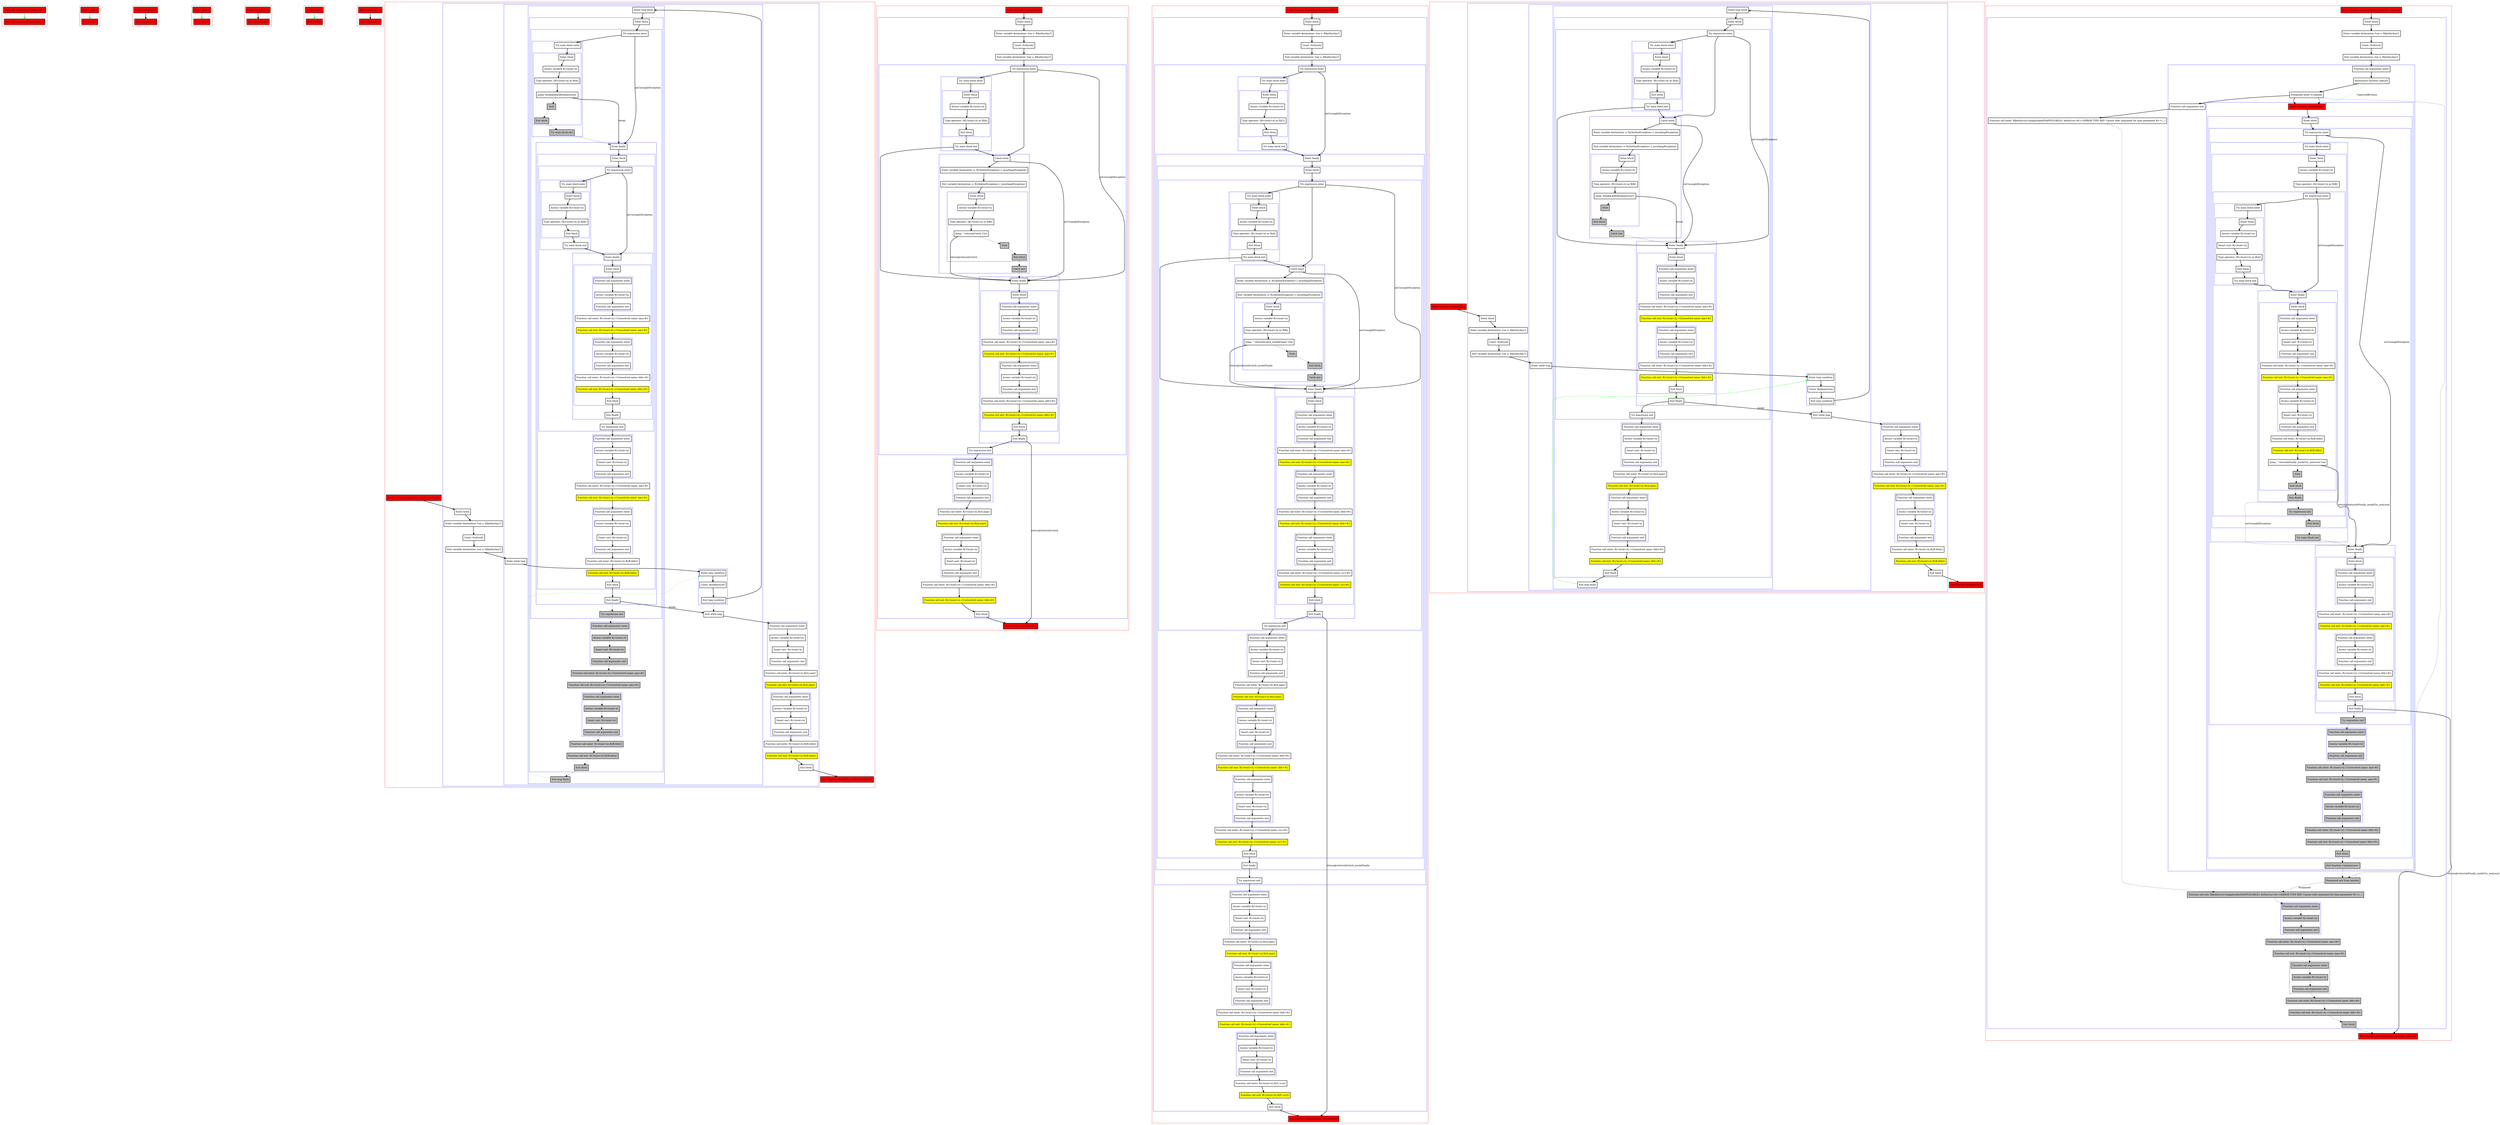
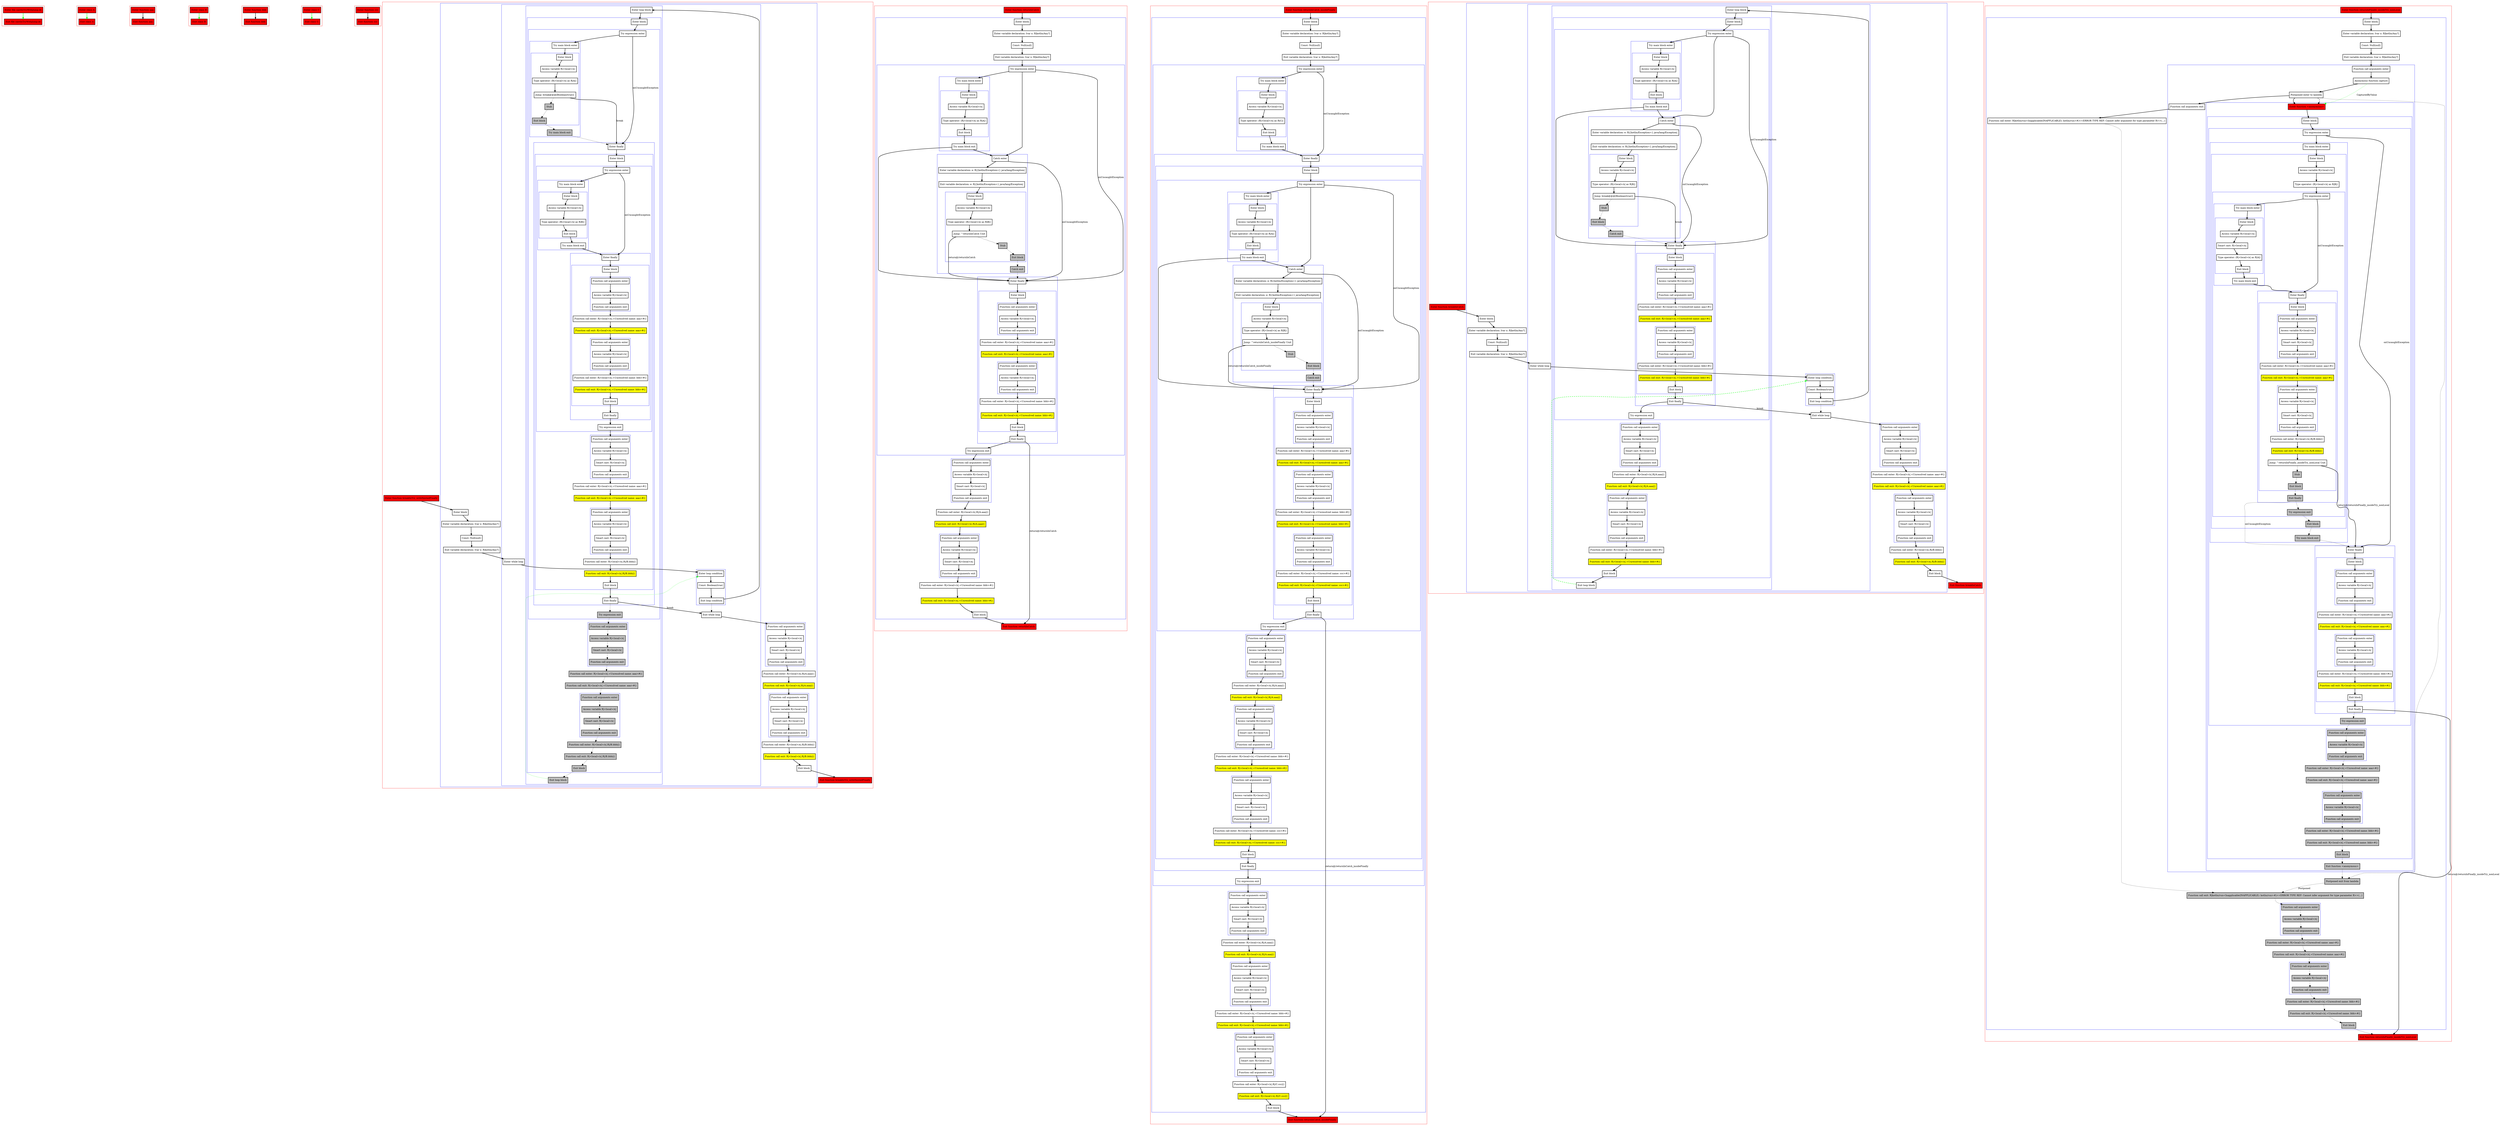
- digraph castInTryWithJump_fir_kt {
+ digraph castInTryWithJump_kt {
    graph [nodesep=3]
    node [shape=box penwidth=2]
    edge [penwidth=2]

    subgraph cluster_0 {
        color=red
-         0 [label="Enter file castInTryWithJump.fir.kt" style="filled" fillcolor=red];
-         1 [label="Exit file castInTryWithJump.fir.kt" style="filled" fillcolor=red];
+         0 [label="Enter file castInTryWithJump.kt" style="filled" fillcolor=red];
+         1 [label="Exit file castInTryWithJump.kt" style="filled" fillcolor=red];
    }
    0 -> {1} [color=green];

    subgraph cluster_1 {
        color=red
        2 [label="Enter class A" style="filled" fillcolor=red];
        3 [label="Exit class A" style="filled" fillcolor=red];
    }
    2 -> {3} [color=green];

    subgraph cluster_2 {
        color=red
        4 [label="Enter function aaa" style="filled" fillcolor=red];
        5 [label="Exit function aaa" style="filled" fillcolor=red];
    }
    4 -> {5};

    subgraph cluster_3 {
        color=red
        6 [label="Enter class B" style="filled" fillcolor=red];
        7 [label="Exit class B" style="filled" fillcolor=red];
    }
    6 -> {7} [color=green];

    subgraph cluster_4 {
        color=red
        8 [label="Enter function bbb" style="filled" fillcolor=red];
        9 [label="Exit function bbb" style="filled" fillcolor=red];
    }
    8 -> {9};

    subgraph cluster_5 {
        color=red
        10 [label="Enter class C" style="filled" fillcolor=red];
        11 [label="Exit class C" style="filled" fillcolor=red];
    }
    10 -> {11} [color=green];

    subgraph cluster_6 {
        color=red
        12 [label="Enter function ccc" style="filled" fillcolor=red];
        13 [label="Exit function ccc" style="filled" fillcolor=red];
    }
    12 -> {13};

    subgraph cluster_7 {
        color=red
        14 [label="Enter function breakInTry_withNestedFinally" style="filled" fillcolor=red];
        subgraph cluster_8 {
            color=blue
            15 [label="Enter block"];
            16 [label="Enter variable declaration: lvar x: R|kotlin/Any?|"];
            17 [label="Const: Null(null)"];
            18 [label="Exit variable declaration: lvar x: R|kotlin/Any?|"];
            subgraph cluster_9 {
                color=blue
                19 [label="Enter while loop"];
                subgraph cluster_10 {
                    color=blue
                    20 [label="Enter loop condition"];
                    21 [label="Const: Boolean(true)"];
                    22 [label="Exit loop condition"];
                }
                subgraph cluster_11 {
                    color=blue
                    23 [label="Enter loop block"];
                    subgraph cluster_12 {
                        color=blue
                        24 [label="Enter block"];
                        subgraph cluster_13 {
                            color=blue
                            25 [label="Try expression enter"];
                            subgraph cluster_14 {
                                color=blue
                                26 [label="Try main block enter"];
                                subgraph cluster_15 {
                                    color=blue
                                    27 [label="Enter block"];
                                    28 [label="Access variable R|<local>/x|"];
                                    29 [label="Type operator: (R|<local>/x| as R|A|)"];
                                    30 [label="Jump: break@@@[Boolean(true)] "];
                                    31 [label="Stub" style="filled" fillcolor=gray];
                                    32 [label="Exit block" style="filled" fillcolor=gray];
                                }
                                33 [label="Try main block exit" style="filled" fillcolor=gray];
                            }
                            subgraph cluster_16 {
                                color=blue
                                34 [label="Enter finally"];
                                subgraph cluster_17 {
                                    color=blue
                                    35 [label="Enter block"];
                                    subgraph cluster_18 {
                                        color=blue
                                        36 [label="Try expression enter"];
                                        subgraph cluster_19 {
                                            color=blue
                                            37 [label="Try main block enter"];
                                            subgraph cluster_20 {
                                                color=blue
                                                38 [label="Enter block"];
                                                39 [label="Access variable R|<local>/x|"];
                                                40 [label="Type operator: (R|<local>/x| as R|B|)"];
                                                41 [label="Exit block"];
                                            }
                                            42 [label="Try main block exit"];
                                        }
                                        subgraph cluster_21 {
                                            color=blue
                                            43 [label="Enter finally"];
                                            subgraph cluster_22 {
                                                color=blue
                                                44 [label="Enter block"];
                                                subgraph cluster_23 {
                                                    color=blue
                                                    45 [label="Function call arguments enter"];
                                                    46 [label="Access variable R|<local>/x|"];
                                                    47 [label="Function call arguments exit"];
                                                }
                                                48 [label="Function call enter: R|<local>/x|.<Unresolved name: aaa>#()"];
                                                49 [label="Function call exit: R|<local>/x|.<Unresolved name: aaa>#()" style="filled" fillcolor=yellow];
                                                subgraph cluster_24 {
                                                    color=blue
                                                    50 [label="Function call arguments enter"];
                                                    51 [label="Access variable R|<local>/x|"];
                                                    52 [label="Function call arguments exit"];
                                                }
                                                53 [label="Function call enter: R|<local>/x|.<Unresolved name: bbb>#()"];
                                                54 [label="Function call exit: R|<local>/x|.<Unresolved name: bbb>#()" style="filled" fillcolor=yellow];
                                                55 [label="Exit block"];
                                            }
                                            56 [label="Exit finally"];
                                        }
                                        57 [label="Try expression exit"];
                                    }
                                    subgraph cluster_25 {
                                        color=blue
                                        58 [label="Function call arguments enter"];
                                        59 [label="Access variable R|<local>/x|"];
                                        60 [label="Smart cast: R|<local>/x|"];
                                        61 [label="Function call arguments exit"];
                                    }
                                    62 [label="Function call enter: R|<local>/x|.<Unresolved name: aaa>#()"];
                                    63 [label="Function call exit: R|<local>/x|.<Unresolved name: aaa>#()" style="filled" fillcolor=yellow];
                                    subgraph cluster_26 {
                                        color=blue
                                        64 [label="Function call arguments enter"];
                                        65 [label="Access variable R|<local>/x|"];
                                        66 [label="Smart cast: R|<local>/x|"];
                                        67 [label="Function call arguments exit"];
                                    }
                                    68 [label="Function call enter: R|<local>/x|.R|/B.bbb|()"];
                                    69 [label="Function call exit: R|<local>/x|.R|/B.bbb|()" style="filled" fillcolor=yellow];
                                    70 [label="Exit block"];
                                }
                                71 [label="Exit finally"];
                            }
                            72 [label="Try expression exit" style="filled" fillcolor=gray];
                        }
                        subgraph cluster_27 {
                            color=blue
                            73 [label="Function call arguments enter" style="filled" fillcolor=gray];
                            74 [label="Access variable R|<local>/x|" style="filled" fillcolor=gray];
                            75 [label="Smart cast: R|<local>/x|" style="filled" fillcolor=gray];
                            76 [label="Function call arguments exit" style="filled" fillcolor=gray];
                        }
                        77 [label="Function call enter: R|<local>/x|.<Unresolved name: aaa>#()" style="filled" fillcolor=gray];
                        78 [label="Function call exit: R|<local>/x|.<Unresolved name: aaa>#()" style="filled" fillcolor=gray];
                        subgraph cluster_28 {
                            color=blue
                            79 [label="Function call arguments enter" style="filled" fillcolor=gray];
                            80 [label="Access variable R|<local>/x|" style="filled" fillcolor=gray];
                            81 [label="Smart cast: R|<local>/x|" style="filled" fillcolor=gray];
                            82 [label="Function call arguments exit" style="filled" fillcolor=gray];
                        }
                        83 [label="Function call enter: R|<local>/x|.R|/B.bbb|()" style="filled" fillcolor=gray];
                        84 [label="Function call exit: R|<local>/x|.R|/B.bbb|()" style="filled" fillcolor=gray];
                        85 [label="Exit block" style="filled" fillcolor=gray];
                    }
                    86 [label="Exit loop block" style="filled" fillcolor=gray];
                }
                87 [label="Exit while loop"];
            }
            subgraph cluster_29 {
                color=blue
                88 [label="Function call arguments enter"];
                89 [label="Access variable R|<local>/x|"];
                90 [label="Smart cast: R|<local>/x|"];
                91 [label="Function call arguments exit"];
            }
            92 [label="Function call enter: R|<local>/x|.R|/A.aaa|()"];
            93 [label="Function call exit: R|<local>/x|.R|/A.aaa|()" style="filled" fillcolor=yellow];
            subgraph cluster_30 {
                color=blue
                94 [label="Function call arguments enter"];
                95 [label="Access variable R|<local>/x|"];
                96 [label="Smart cast: R|<local>/x|"];
                97 [label="Function call arguments exit"];
            }
            98 [label="Function call enter: R|<local>/x|.R|/B.bbb|()"];
            99 [label="Function call exit: R|<local>/x|.R|/B.bbb|()" style="filled" fillcolor=yellow];
            100 [label="Exit block"];
        }
        101 [label="Exit function breakInTry_withNestedFinally" style="filled" fillcolor=red];
    }
    14 -> {15};
    15 -> {16};
    16 -> {17};
    17 -> {18};
    18 -> {19};
    19 -> {20};
    20 -> {21};
    21 -> {22};
    22 -> {23};
    22 -> {87} [style=dotted];
    23 -> {24};
    24 -> {25};
    25 -> {26};
    25 -> {34} [label="onUncaughtException"];
    26 -> {27};
    27 -> {28};
    28 -> {29};
    29 -> {30};
    30 -> {34} [label="break"];
    30 -> {31} [style=dotted];
    31 -> {32} [style=dotted];
    32 -> {33} [style=dotted];
    33 -> {34} [style=dotted];
    34 -> {35};
    35 -> {36};
    36 -> {37};
    36 -> {43} [label="onUncaughtException"];
    37 -> {38};
    38 -> {39};
    39 -> {40};
    40 -> {41};
    41 -> {42};
    42 -> {43};
    43 -> {44};
    44 -> {45};
    45 -> {46};
    46 -> {47};
    47 -> {48};
    48 -> {49};
    49 -> {50};
    50 -> {51};
    51 -> {52};
    52 -> {53};
    53 -> {54};
    54 -> {55};
    55 -> {56};
    56 -> {57};
    57 -> {58};
    58 -> {59};
    59 -> {60};
    60 -> {61};
    61 -> {62};
    62 -> {63};
    63 -> {64};
    64 -> {65};
    65 -> {66};
    66 -> {67};
    67 -> {68};
    68 -> {69};
    69 -> {70};
    70 -> {71};
    71 -> {87} [label="break"];
    71 -> {72} [style=dotted];
    72 -> {73} [style=dotted];
    73 -> {74} [style=dotted];
    74 -> {75} [style=dotted];
    75 -> {76} [style=dotted];
    76 -> {77} [style=dotted];
    77 -> {78} [style=dotted];
    78 -> {79} [style=dotted];
    79 -> {80} [style=dotted];
    80 -> {81} [style=dotted];
    81 -> {82} [style=dotted];
    82 -> {83} [style=dotted];
    83 -> {84} [style=dotted];
    84 -> {85} [style=dotted];
    85 -> {86} [style=dotted];
    86 -> {20} [color=green style=dotted];
    87 -> {88};
    88 -> {89};
    89 -> {90};
    90 -> {91};
    91 -> {92};
    92 -> {93};
    93 -> {94};
    94 -> {95};
    95 -> {96};
    96 -> {97};
    97 -> {98};
    98 -> {99};
    99 -> {100};
    100 -> {101};

    subgraph cluster_31 {
        color=red
        102 [label="Enter function returnInCatch" style="filled" fillcolor=red];
        subgraph cluster_32 {
            color=blue
            103 [label="Enter block"];
            104 [label="Enter variable declaration: lvar x: R|kotlin/Any?|"];
            105 [label="Const: Null(null)"];
            106 [label="Exit variable declaration: lvar x: R|kotlin/Any?|"];
            subgraph cluster_33 {
                color=blue
                107 [label="Try expression enter"];
                subgraph cluster_34 {
                    color=blue
                    108 [label="Try main block enter"];
                    subgraph cluster_35 {
                        color=blue
                        109 [label="Enter block"];
                        110 [label="Access variable R|<local>/x|"];
                        111 [label="Type operator: (R|<local>/x| as R|A|)"];
                        112 [label="Exit block"];
                    }
                    113 [label="Try main block exit"];
                }
                subgraph cluster_36 {
                    color=blue
                    114 [label="Catch enter"];
                    115 [label="Enter variable declaration: e: R|{kotlin/Exception=} java/lang/Exception|"];
                    116 [label="Exit variable declaration: e: R|{kotlin/Exception=} java/lang/Exception|"];
                    subgraph cluster_37 {
                        color=blue
                        117 [label="Enter block"];
                        118 [label="Access variable R|<local>/x|"];
                        119 [label="Type operator: (R|<local>/x| as R|B|)"];
                        120 [label="Jump: ^returnInCatch Unit"];
                        121 [label="Stub" style="filled" fillcolor=gray];
                        122 [label="Exit block" style="filled" fillcolor=gray];
                    }
                    123 [label="Catch exit" style="filled" fillcolor=gray];
                }
                subgraph cluster_38 {
                    color=blue
                    124 [label="Enter finally"];
                    subgraph cluster_39 {
                        color=blue
                        125 [label="Enter block"];
                        subgraph cluster_40 {
                            color=blue
                            126 [label="Function call arguments enter"];
                            127 [label="Access variable R|<local>/x|"];
                            128 [label="Function call arguments exit"];
                        }
                        129 [label="Function call enter: R|<local>/x|.<Unresolved name: aaa>#()"];
                        130 [label="Function call exit: R|<local>/x|.<Unresolved name: aaa>#()" style="filled" fillcolor=yellow];
                        subgraph cluster_41 {
                            color=blue
                            131 [label="Function call arguments enter"];
                            132 [label="Access variable R|<local>/x|"];
                            133 [label="Function call arguments exit"];
                        }
                        134 [label="Function call enter: R|<local>/x|.<Unresolved name: bbb>#()"];
                        135 [label="Function call exit: R|<local>/x|.<Unresolved name: bbb>#()" style="filled" fillcolor=yellow];
                        136 [label="Exit block"];
                    }
                    137 [label="Exit finally"];
                }
                138 [label="Try expression exit"];
            }
            subgraph cluster_42 {
                color=blue
                139 [label="Function call arguments enter"];
                140 [label="Access variable R|<local>/x|"];
                141 [label="Smart cast: R|<local>/x|"];
                142 [label="Function call arguments exit"];
            }
            143 [label="Function call enter: R|<local>/x|.R|/A.aaa|()"];
            144 [label="Function call exit: R|<local>/x|.R|/A.aaa|()" style="filled" fillcolor=yellow];
            subgraph cluster_43 {
                color=blue
                145 [label="Function call arguments enter"];
                146 [label="Access variable R|<local>/x|"];
                147 [label="Smart cast: R|<local>/x|"];
                148 [label="Function call arguments exit"];
            }
            149 [label="Function call enter: R|<local>/x|.<Unresolved name: bbb>#()"];
            150 [label="Function call exit: R|<local>/x|.<Unresolved name: bbb>#()" style="filled" fillcolor=yellow];
            151 [label="Exit block"];
        }
        152 [label="Exit function returnInCatch" style="filled" fillcolor=red];
    }
    102 -> {103};
    103 -> {104};
    104 -> {105};
    105 -> {106};
    106 -> {107};
    107 -> {108 114};
    107 -> {124} [label="onUncaughtException"];
    108 -> {109};
    109 -> {110};
    110 -> {111};
    111 -> {112};
    112 -> {113};
    113 -> {114 124};
    114 -> {115};
    114 -> {124} [label="onUncaughtException"];
    115 -> {116};
    116 -> {117};
    117 -> {118};
    118 -> {119};
    119 -> {120};
    120 -> {124} [label="return@/returnInCatch"];
    120 -> {121} [style=dotted];
    121 -> {122} [style=dotted];
    122 -> {123} [style=dotted];
    123 -> {124} [style=dotted];
    124 -> {125};
    125 -> {126};
    126 -> {127};
    127 -> {128};
    128 -> {129};
    129 -> {130};
    130 -> {131};
    131 -> {132};
    132 -> {133};
    133 -> {134};
    134 -> {135};
    135 -> {136};
    136 -> {137};
    137 -> {138};
    137 -> {152} [label="return@/returnInCatch"];
    138 -> {139};
    139 -> {140};
    140 -> {141};
    141 -> {142};
    142 -> {143};
    143 -> {144};
    144 -> {145};
    145 -> {146};
    146 -> {147};
    147 -> {148};
    148 -> {149};
    149 -> {150};
    150 -> {151};
    151 -> {152};

    subgraph cluster_44 {
        color=red
        153 [label="Enter function returnInCatch_insideFinally" style="filled" fillcolor=red];
        subgraph cluster_45 {
            color=blue
            154 [label="Enter block"];
            155 [label="Enter variable declaration: lvar x: R|kotlin/Any?|"];
            156 [label="Const: Null(null)"];
            157 [label="Exit variable declaration: lvar x: R|kotlin/Any?|"];
            subgraph cluster_46 {
                color=blue
                158 [label="Try expression enter"];
                subgraph cluster_47 {
                    color=blue
                    159 [label="Try main block enter"];
                    subgraph cluster_48 {
                        color=blue
                        160 [label="Enter block"];
                        161 [label="Access variable R|<local>/x|"];
                        162 [label="Type operator: (R|<local>/x| as R|C|)"];
                        163 [label="Exit block"];
                    }
                    164 [label="Try main block exit"];
                }
                subgraph cluster_49 {
                    color=blue
                    165 [label="Enter finally"];
                    subgraph cluster_50 {
                        color=blue
                        166 [label="Enter block"];
                        subgraph cluster_51 {
                            color=blue
                            167 [label="Try expression enter"];
                            subgraph cluster_52 {
                                color=blue
                                168 [label="Try main block enter"];
                                subgraph cluster_53 {
                                    color=blue
                                    169 [label="Enter block"];
                                    170 [label="Access variable R|<local>/x|"];
                                    171 [label="Type operator: (R|<local>/x| as R|A|)"];
                                    172 [label="Exit block"];
                                }
                                173 [label="Try main block exit"];
                            }
                            subgraph cluster_54 {
                                color=blue
                                174 [label="Catch enter"];
                                175 [label="Enter variable declaration: e: R|{kotlin/Exception=} java/lang/Exception|"];
                                176 [label="Exit variable declaration: e: R|{kotlin/Exception=} java/lang/Exception|"];
                                subgraph cluster_55 {
                                    color=blue
                                    177 [label="Enter block"];
                                    178 [label="Access variable R|<local>/x|"];
                                    179 [label="Type operator: (R|<local>/x| as R|B|)"];
                                    180 [label="Jump: ^returnInCatch_insideFinally Unit"];
                                    181 [label="Stub" style="filled" fillcolor=gray];
                                    182 [label="Exit block" style="filled" fillcolor=gray];
                                }
                                183 [label="Catch exit" style="filled" fillcolor=gray];
                            }
                            subgraph cluster_56 {
                                color=blue
                                184 [label="Enter finally"];
                                subgraph cluster_57 {
                                    color=blue
                                    185 [label="Enter block"];
                                    subgraph cluster_58 {
                                        color=blue
                                        186 [label="Function call arguments enter"];
                                        187 [label="Access variable R|<local>/x|"];
                                        188 [label="Function call arguments exit"];
                                    }
                                    189 [label="Function call enter: R|<local>/x|.<Unresolved name: aaa>#()"];
                                    190 [label="Function call exit: R|<local>/x|.<Unresolved name: aaa>#()" style="filled" fillcolor=yellow];
                                    subgraph cluster_59 {
                                        color=blue
                                        191 [label="Function call arguments enter"];
                                        192 [label="Access variable R|<local>/x|"];
                                        193 [label="Function call arguments exit"];
                                    }
                                    194 [label="Function call enter: R|<local>/x|.<Unresolved name: bbb>#()"];
                                    195 [label="Function call exit: R|<local>/x|.<Unresolved name: bbb>#()" style="filled" fillcolor=yellow];
                                    subgraph cluster_60 {
                                        color=blue
                                        196 [label="Function call arguments enter"];
                                        197 [label="Access variable R|<local>/x|"];
                                        198 [label="Function call arguments exit"];
                                    }
                                    199 [label="Function call enter: R|<local>/x|.<Unresolved name: ccc>#()"];
                                    200 [label="Function call exit: R|<local>/x|.<Unresolved name: ccc>#()" style="filled" fillcolor=yellow];
                                    201 [label="Exit block"];
                                }
                                202 [label="Exit finally"];
                            }
                            203 [label="Try expression exit"];
                        }
                        subgraph cluster_61 {
                            color=blue
                            204 [label="Function call arguments enter"];
                            205 [label="Access variable R|<local>/x|"];
                            206 [label="Smart cast: R|<local>/x|"];
                            207 [label="Function call arguments exit"];
                        }
                        208 [label="Function call enter: R|<local>/x|.R|/A.aaa|()"];
                        209 [label="Function call exit: R|<local>/x|.R|/A.aaa|()" style="filled" fillcolor=yellow];
                        subgraph cluster_62 {
                            color=blue
                            210 [label="Function call arguments enter"];
                            211 [label="Access variable R|<local>/x|"];
                            212 [label="Smart cast: R|<local>/x|"];
                            213 [label="Function call arguments exit"];
                        }
                        214 [label="Function call enter: R|<local>/x|.<Unresolved name: bbb>#()"];
                        215 [label="Function call exit: R|<local>/x|.<Unresolved name: bbb>#()" style="filled" fillcolor=yellow];
                        subgraph cluster_63 {
                            color=blue
                            216 [label="Function call arguments enter"];
                            217 [label="Access variable R|<local>/x|"];
                            218 [label="Smart cast: R|<local>/x|"];
                            219 [label="Function call arguments exit"];
                        }
                        220 [label="Function call enter: R|<local>/x|.<Unresolved name: ccc>#()"];
                        221 [label="Function call exit: R|<local>/x|.<Unresolved name: ccc>#()" style="filled" fillcolor=yellow];
                        222 [label="Exit block"];
                    }
                    223 [label="Exit finally"];
                }
                224 [label="Try expression exit"];
            }
            subgraph cluster_64 {
                color=blue
                225 [label="Function call arguments enter"];
                226 [label="Access variable R|<local>/x|"];
                227 [label="Smart cast: R|<local>/x|"];
                228 [label="Function call arguments exit"];
            }
            229 [label="Function call enter: R|<local>/x|.R|/A.aaa|()"];
            230 [label="Function call exit: R|<local>/x|.R|/A.aaa|()" style="filled" fillcolor=yellow];
            subgraph cluster_65 {
                color=blue
                231 [label="Function call arguments enter"];
                232 [label="Access variable R|<local>/x|"];
                233 [label="Smart cast: R|<local>/x|"];
                234 [label="Function call arguments exit"];
            }
            235 [label="Function call enter: R|<local>/x|.<Unresolved name: bbb>#()"];
            236 [label="Function call exit: R|<local>/x|.<Unresolved name: bbb>#()" style="filled" fillcolor=yellow];
            subgraph cluster_66 {
                color=blue
                237 [label="Function call arguments enter"];
                238 [label="Access variable R|<local>/x|"];
                239 [label="Smart cast: R|<local>/x|"];
                240 [label="Function call arguments exit"];
            }
            241 [label="Function call enter: R|<local>/x|.R|/C.ccc|()"];
            242 [label="Function call exit: R|<local>/x|.R|/C.ccc|()" style="filled" fillcolor=yellow];
            243 [label="Exit block"];
        }
        244 [label="Exit function returnInCatch_insideFinally" style="filled" fillcolor=red];
    }
    153 -> {154};
    154 -> {155};
    155 -> {156};
    156 -> {157};
    157 -> {158};
    158 -> {159};
    158 -> {165} [label="onUncaughtException"];
    159 -> {160};
    160 -> {161};
    161 -> {162};
    162 -> {163};
    163 -> {164};
    164 -> {165};
    165 -> {166};
    166 -> {167};
    167 -> {168 174};
    167 -> {184} [label="onUncaughtException"];
    168 -> {169};
    169 -> {170};
    170 -> {171};
    171 -> {172};
    172 -> {173};
    173 -> {174 184};
    174 -> {175};
    174 -> {184} [label="onUncaughtException"];
    175 -> {176};
    176 -> {177};
    177 -> {178};
    178 -> {179};
    179 -> {180};
    180 -> {184} [label="return@/returnInCatch_insideFinally"];
    180 -> {181} [style=dotted];
    181 -> {182} [style=dotted];
    182 -> {183} [style=dotted];
    183 -> {184} [style=dotted];
    184 -> {185};
    185 -> {186};
    186 -> {187};
    187 -> {188};
    188 -> {189};
    189 -> {190};
    190 -> {191};
    191 -> {192};
    192 -> {193};
    193 -> {194};
    194 -> {195};
    195 -> {196};
    196 -> {197};
    197 -> {198};
    198 -> {199};
    199 -> {200};
    200 -> {201};
    201 -> {202};
    202 -> {203};
    202 -> {244} [label="return@/returnInCatch_insideFinally"];
    203 -> {204};
    204 -> {205};
    205 -> {206};
    206 -> {207};
    207 -> {208};
    208 -> {209};
    209 -> {210};
    210 -> {211};
    211 -> {212};
    212 -> {213};
    213 -> {214};
    214 -> {215};
    215 -> {216};
    216 -> {217};
    217 -> {218};
    218 -> {219};
    219 -> {220};
    220 -> {221};
    221 -> {222};
    222 -> {223};
    223 -> {224};
    224 -> {225};
    225 -> {226};
    226 -> {227};
    227 -> {228};
    228 -> {229};
    229 -> {230};
    230 -> {231};
    231 -> {232};
    232 -> {233};
    233 -> {234};
    234 -> {235};
    235 -> {236};
    236 -> {237};
    237 -> {238};
    238 -> {239};
    239 -> {240};
    240 -> {241};
    241 -> {242};
    242 -> {243};
    243 -> {244};

    subgraph cluster_67 {
        color=red
        245 [label="Enter function breakInCatch" style="filled" fillcolor=red];
        subgraph cluster_68 {
            color=blue
            246 [label="Enter block"];
            247 [label="Enter variable declaration: lvar x: R|kotlin/Any?|"];
            248 [label="Const: Null(null)"];
            249 [label="Exit variable declaration: lvar x: R|kotlin/Any?|"];
            subgraph cluster_69 {
                color=blue
                250 [label="Enter while loop"];
                subgraph cluster_70 {
                    color=blue
                    251 [label="Enter loop condition"];
                    252 [label="Const: Boolean(true)"];
                    253 [label="Exit loop condition"];
                }
                subgraph cluster_71 {
                    color=blue
                    254 [label="Enter loop block"];
                    subgraph cluster_72 {
                        color=blue
                        255 [label="Enter block"];
                        subgraph cluster_73 {
                            color=blue
                            256 [label="Try expression enter"];
                            subgraph cluster_74 {
                                color=blue
                                257 [label="Try main block enter"];
                                subgraph cluster_75 {
                                    color=blue
                                    258 [label="Enter block"];
                                    259 [label="Access variable R|<local>/x|"];
                                    260 [label="Type operator: (R|<local>/x| as R|A|)"];
                                    261 [label="Exit block"];
                                }
                                262 [label="Try main block exit"];
                            }
                            subgraph cluster_76 {
                                color=blue
                                263 [label="Catch enter"];
                                264 [label="Enter variable declaration: e: R|{kotlin/Exception=} java/lang/Exception|"];
                                265 [label="Exit variable declaration: e: R|{kotlin/Exception=} java/lang/Exception|"];
                                subgraph cluster_77 {
                                    color=blue
                                    266 [label="Enter block"];
                                    267 [label="Access variable R|<local>/x|"];
                                    268 [label="Type operator: (R|<local>/x| as R|B|)"];
                                    269 [label="Jump: break@@@[Boolean(true)] "];
                                    270 [label="Stub" style="filled" fillcolor=gray];
                                    271 [label="Exit block" style="filled" fillcolor=gray];
                                }
                                272 [label="Catch exit" style="filled" fillcolor=gray];
                            }
                            subgraph cluster_78 {
                                color=blue
                                273 [label="Enter finally"];
                                subgraph cluster_79 {
                                    color=blue
                                    274 [label="Enter block"];
                                    subgraph cluster_80 {
                                        color=blue
                                        275 [label="Function call arguments enter"];
                                        276 [label="Access variable R|<local>/x|"];
                                        277 [label="Function call arguments exit"];
                                    }
                                    278 [label="Function call enter: R|<local>/x|.<Unresolved name: aaa>#()"];
                                    279 [label="Function call exit: R|<local>/x|.<Unresolved name: aaa>#()" style="filled" fillcolor=yellow];
                                    subgraph cluster_81 {
                                        color=blue
                                        280 [label="Function call arguments enter"];
                                        281 [label="Access variable R|<local>/x|"];
                                        282 [label="Function call arguments exit"];
                                    }
                                    283 [label="Function call enter: R|<local>/x|.<Unresolved name: bbb>#()"];
                                    284 [label="Function call exit: R|<local>/x|.<Unresolved name: bbb>#()" style="filled" fillcolor=yellow];
                                    285 [label="Exit block"];
                                }
                                286 [label="Exit finally"];
                            }
                            287 [label="Try expression exit"];
                        }
                        subgraph cluster_82 {
                            color=blue
                            288 [label="Function call arguments enter"];
                            289 [label="Access variable R|<local>/x|"];
                            290 [label="Smart cast: R|<local>/x|"];
                            291 [label="Function call arguments exit"];
                        }
                        292 [label="Function call enter: R|<local>/x|.R|/A.aaa|()"];
                        293 [label="Function call exit: R|<local>/x|.R|/A.aaa|()" style="filled" fillcolor=yellow];
                        subgraph cluster_83 {
                            color=blue
                            294 [label="Function call arguments enter"];
                            295 [label="Access variable R|<local>/x|"];
                            296 [label="Smart cast: R|<local>/x|"];
                            297 [label="Function call arguments exit"];
                        }
                        298 [label="Function call enter: R|<local>/x|.<Unresolved name: bbb>#()"];
                        299 [label="Function call exit: R|<local>/x|.<Unresolved name: bbb>#()" style="filled" fillcolor=yellow];
                        300 [label="Exit block"];
                    }
                    301 [label="Exit loop block"];
                }
                302 [label="Exit while loop"];
            }
            subgraph cluster_84 {
                color=blue
                303 [label="Function call arguments enter"];
                304 [label="Access variable R|<local>/x|"];
                305 [label="Smart cast: R|<local>/x|"];
                306 [label="Function call arguments exit"];
            }
            307 [label="Function call enter: R|<local>/x|.<Unresolved name: aaa>#()"];
            308 [label="Function call exit: R|<local>/x|.<Unresolved name: aaa>#()" style="filled" fillcolor=yellow];
            subgraph cluster_85 {
                color=blue
                309 [label="Function call arguments enter"];
                310 [label="Access variable R|<local>/x|"];
                311 [label="Smart cast: R|<local>/x|"];
                312 [label="Function call arguments exit"];
            }
            313 [label="Function call enter: R|<local>/x|.R|/B.bbb|()"];
            314 [label="Function call exit: R|<local>/x|.R|/B.bbb|()" style="filled" fillcolor=yellow];
            315 [label="Exit block"];
        }
        316 [label="Exit function breakInCatch" style="filled" fillcolor=red];
    }
    245 -> {246};
    246 -> {247};
    247 -> {248};
    248 -> {249};
    249 -> {250};
    250 -> {251};
    251 -> {252};
    252 -> {253};
    253 -> {254};
    253 -> {302} [style=dotted];
    254 -> {255};
    255 -> {256};
    256 -> {257 263};
    256 -> {273} [label="onUncaughtException"];
    257 -> {258};
    258 -> {259};
    259 -> {260};
    260 -> {261};
    261 -> {262};
    262 -> {263 273};
    263 -> {264};
    263 -> {273} [label="onUncaughtException"];
    264 -> {265};
    265 -> {266};
    266 -> {267};
    267 -> {268};
    268 -> {269};
    269 -> {273} [label="break"];
    269 -> {270} [style=dotted];
    270 -> {271} [style=dotted];
    271 -> {272} [style=dotted];
    272 -> {273} [style=dotted];
    273 -> {274};
    274 -> {275};
    275 -> {276};
    276 -> {277};
    277 -> {278};
    278 -> {279};
    279 -> {280};
    280 -> {281};
    281 -> {282};
    282 -> {283};
    283 -> {284};
    284 -> {285};
    285 -> {286};
    286 -> {287};
    286 -> {302} [label="break"];
    287 -> {288};
    288 -> {289};
    289 -> {290};
    290 -> {291};
    291 -> {292};
    292 -> {293};
    293 -> {294};
    294 -> {295};
    295 -> {296};
    296 -> {297};
    297 -> {298};
    298 -> {299};
    299 -> {300};
    300 -> {301};
    301 -> {251} [color=green style=dashed];
    302 -> {303};
    303 -> {304};
    304 -> {305};
    305 -> {306};
    306 -> {307};
    307 -> {308};
    308 -> {309};
    309 -> {310};
    310 -> {311};
    311 -> {312};
    312 -> {313};
    313 -> {314};
    314 -> {315};
    315 -> {316};

    subgraph cluster_86 {
        color=red
        317 [label="Enter function returnInFinally_insideTry_nonLocal" style="filled" fillcolor=red];
        subgraph cluster_87 {
            color=blue
            318 [label="Enter block"];
            319 [label="Enter variable declaration: lvar x: R|kotlin/Any?|"];
            320 [label="Const: Null(null)"];
            321 [label="Exit variable declaration: lvar x: R|kotlin/Any?|"];
            subgraph cluster_88 {
                color=blue
                322 [label="Function call arguments enter"];
                323 [label="Anonymous function capture"];
                324 [label="Postponed enter to lambda"];
                subgraph cluster_89 {
                    color=blue
                    325 [label="Enter function <anonymous>" style="filled" fillcolor=red];
                    subgraph cluster_90 {
                        color=blue
                        326 [label="Enter block"];
                        subgraph cluster_91 {
                            color=blue
                            327 [label="Try expression enter"];
                            subgraph cluster_92 {
                                color=blue
                                328 [label="Try main block enter"];
                                subgraph cluster_93 {
                                    color=blue
                                    329 [label="Enter block"];
                                    330 [label="Access variable R|<local>/x|"];
                                    331 [label="Type operator: (R|<local>/x| as R|B|)"];
                                    subgraph cluster_94 {
                                        color=blue
                                        332 [label="Try expression enter"];
                                        subgraph cluster_95 {
                                            color=blue
                                            333 [label="Try main block enter"];
                                            subgraph cluster_96 {
                                                color=blue
                                                334 [label="Enter block"];
                                                335 [label="Access variable R|<local>/x|"];
                                                336 [label="Smart cast: R|<local>/x|"];
                                                337 [label="Type operator: (R|<local>/x| as R|A|)"];
                                                338 [label="Exit block"];
                                            }
                                            339 [label="Try main block exit"];
                                        }
                                        subgraph cluster_97 {
                                            color=blue
                                            340 [label="Enter finally"];
                                            subgraph cluster_98 {
                                                color=blue
                                                341 [label="Enter block"];
                                                subgraph cluster_99 {
                                                    color=blue
                                                    342 [label="Function call arguments enter"];
                                                    343 [label="Access variable R|<local>/x|"];
                                                    344 [label="Smart cast: R|<local>/x|"];
                                                    345 [label="Function call arguments exit"];
                                                }
                                                346 [label="Function call enter: R|<local>/x|.<Unresolved name: aaa>#()"];
                                                347 [label="Function call exit: R|<local>/x|.<Unresolved name: aaa>#()" style="filled" fillcolor=yellow];
                                                subgraph cluster_100 {
                                                    color=blue
                                                    348 [label="Function call arguments enter"];
                                                    349 [label="Access variable R|<local>/x|"];
                                                    350 [label="Smart cast: R|<local>/x|"];
                                                    351 [label="Function call arguments exit"];
                                                }
                                                352 [label="Function call enter: R|<local>/x|.R|/B.bbb|()"];
                                                353 [label="Function call exit: R|<local>/x|.R|/B.bbb|()" style="filled" fillcolor=yellow];
                                                354 [label="Jump: ^returnInFinally_insideTry_nonLocal Unit"];
                                                355 [label="Stub" style="filled" fillcolor=gray];
                                                356 [label="Exit block" style="filled" fillcolor=gray];
                                            }
                                            357 [label="Exit finally" style="filled" fillcolor=gray];
                                        }
                                        358 [label="Try expression exit" style="filled" fillcolor=gray];
                                    }
                                    359 [label="Exit block" style="filled" fillcolor=gray];
                                }
                                360 [label="Try main block exit" style="filled" fillcolor=gray];
                            }
                            subgraph cluster_101 {
                                color=blue
                                361 [label="Enter finally"];
                                subgraph cluster_102 {
                                    color=blue
                                    362 [label="Enter block"];
                                    subgraph cluster_103 {
                                        color=blue
                                        363 [label="Function call arguments enter"];
                                        364 [label="Access variable R|<local>/x|"];
                                        365 [label="Function call arguments exit"];
                                    }
                                    366 [label="Function call enter: R|<local>/x|.<Unresolved name: aaa>#()"];
                                    367 [label="Function call exit: R|<local>/x|.<Unresolved name: aaa>#()" style="filled" fillcolor=yellow];
                                    subgraph cluster_104 {
                                        color=blue
                                        368 [label="Function call arguments enter"];
                                        369 [label="Access variable R|<local>/x|"];
                                        370 [label="Function call arguments exit"];
                                    }
                                    371 [label="Function call enter: R|<local>/x|.<Unresolved name: bbb>#()"];
                                    372 [label="Function call exit: R|<local>/x|.<Unresolved name: bbb>#()" style="filled" fillcolor=yellow];
                                    373 [label="Exit block"];
                                }
                                374 [label="Exit finally"];
                            }
                            375 [label="Try expression exit" style="filled" fillcolor=gray];
                        }
                        subgraph cluster_105 {
                            color=blue
                            376 [label="Function call arguments enter" style="filled" fillcolor=gray];
                            377 [label="Access variable R|<local>/x|" style="filled" fillcolor=gray];
                            378 [label="Function call arguments exit" style="filled" fillcolor=gray];
                        }
                        379 [label="Function call enter: R|<local>/x|.<Unresolved name: aaa>#()" style="filled" fillcolor=gray];
                        380 [label="Function call exit: R|<local>/x|.<Unresolved name: aaa>#()" style="filled" fillcolor=gray];
                        subgraph cluster_106 {
                            color=blue
                            381 [label="Function call arguments enter" style="filled" fillcolor=gray];
                            382 [label="Access variable R|<local>/x|" style="filled" fillcolor=gray];
                            383 [label="Function call arguments exit" style="filled" fillcolor=gray];
                        }
                        384 [label="Function call enter: R|<local>/x|.<Unresolved name: bbb>#()" style="filled" fillcolor=gray];
                        385 [label="Function call exit: R|<local>/x|.<Unresolved name: bbb>#()" style="filled" fillcolor=gray];
                        386 [label="Exit block" style="filled" fillcolor=gray];
                    }
                    387 [label="Exit function <anonymous>" style="filled" fillcolor=gray];
                }
                388 [label="Function call arguments exit"];
            }
            389 [label="Function call enter: R|kotlin/run<Inapplicable(INAPPLICABLE): kotlin/run>#|<<ERROR TYPE REF: Cannot infer argument for type parameter R>>(...)"];
            390 [label="Postponed exit from lambda" style="filled" fillcolor=gray];
            391 [label="Function call exit: R|kotlin/run<Inapplicable(INAPPLICABLE): kotlin/run>#|<<ERROR TYPE REF: Cannot infer argument for type parameter R>>(...)" style="filled" fillcolor=gray];
            subgraph cluster_107 {
                color=blue
                392 [label="Function call arguments enter" style="filled" fillcolor=gray];
                393 [label="Access variable R|<local>/x|" style="filled" fillcolor=gray];
                394 [label="Function call arguments exit" style="filled" fillcolor=gray];
            }
            395 [label="Function call enter: R|<local>/x|.<Unresolved name: aaa>#()" style="filled" fillcolor=gray];
            396 [label="Function call exit: R|<local>/x|.<Unresolved name: aaa>#()" style="filled" fillcolor=gray];
            subgraph cluster_108 {
                color=blue
                397 [label="Function call arguments enter" style="filled" fillcolor=gray];
                398 [label="Access variable R|<local>/x|" style="filled" fillcolor=gray];
                399 [label="Function call arguments exit" style="filled" fillcolor=gray];
            }
            400 [label="Function call enter: R|<local>/x|.<Unresolved name: bbb>#()" style="filled" fillcolor=gray];
            401 [label="Function call exit: R|<local>/x|.<Unresolved name: bbb>#()" style="filled" fillcolor=gray];
            402 [label="Exit block" style="filled" fillcolor=gray];
        }
        403 [label="Exit function returnInFinally_insideTry_nonLocal" style="filled" fillcolor=red];
    }
    317 -> {318};
    318 -> {319};
    319 -> {320};
    320 -> {321};
    321 -> {322};
    322 -> {323};
    323 -> {324};
    323 -> {325} [color=green style=dotted label="CapturedByValue"];
    324 -> {325 388};
    324 -> {390} [style=dotted];
    324 -> {325} [style=dashed];
    325 -> {326};
    326 -> {327};
    327 -> {328};
    327 -> {361} [label="onUncaughtException"];
    328 -> {329};
    329 -> {330};
    330 -> {331};
    331 -> {332};
    332 -> {333};
    332 -> {340} [label="onUncaughtException"];
    333 -> {334};
    334 -> {335};
    335 -> {336};
    336 -> {337};
    337 -> {338};
    338 -> {339};
    339 -> {340};
    340 -> {341};
    341 -> {342};
    342 -> {343};
    343 -> {344};
    344 -> {345};
    345 -> {346};
    346 -> {347};
    347 -> {348};
    348 -> {349};
    349 -> {350};
    350 -> {351};
    351 -> {352};
    352 -> {353};
    353 -> {354};
    354 -> {361} [label="return@/returnInFinally_insideTry_nonLocal"];
    354 -> {355} [style=dotted];
    355 -> {356} [style=dotted];
    356 -> {357} [style=dotted];
    357 -> {361} [style=dotted label="onUncaughtException"];
    357 -> {358} [style=dotted];
    358 -> {359} [style=dotted];
    359 -> {360} [style=dotted];
    360 -> {361} [style=dotted];
    361 -> {362};
    362 -> {363};
    363 -> {364};
    364 -> {365};
    365 -> {366};
    366 -> {367};
    367 -> {368};
    368 -> {369};
    369 -> {370};
    370 -> {371};
    371 -> {372};
    372 -> {373};
    373 -> {374};
    374 -> {403} [label="return@/returnInFinally_insideTry_nonLocal"];
    374 -> {375} [style=dotted];
    375 -> {376} [style=dotted];
    376 -> {377} [style=dotted];
    377 -> {378} [style=dotted];
    378 -> {379} [style=dotted];
    379 -> {380} [style=dotted];
    380 -> {381} [style=dotted];
    381 -> {382} [style=dotted];
    382 -> {383} [style=dotted];
    383 -> {384} [style=dotted];
    384 -> {385} [style=dotted];
    385 -> {386} [style=dotted];
    386 -> {387} [style=dotted];
    387 -> {390} [style=dotted];
    388 -> {389};
    389 -> {391} [style=dotted];
    390 -> {391} [style=dotted label="Postponed"];
    391 -> {392} [style=dotted];
    392 -> {393} [style=dotted];
    393 -> {394} [style=dotted];
    394 -> {395} [style=dotted];
    395 -> {396} [style=dotted];
    396 -> {397} [style=dotted];
    397 -> {398} [style=dotted];
    398 -> {399} [style=dotted];
    399 -> {400} [style=dotted];
    400 -> {401} [style=dotted];
    401 -> {402} [style=dotted];
    402 -> {403} [style=dotted];

}
